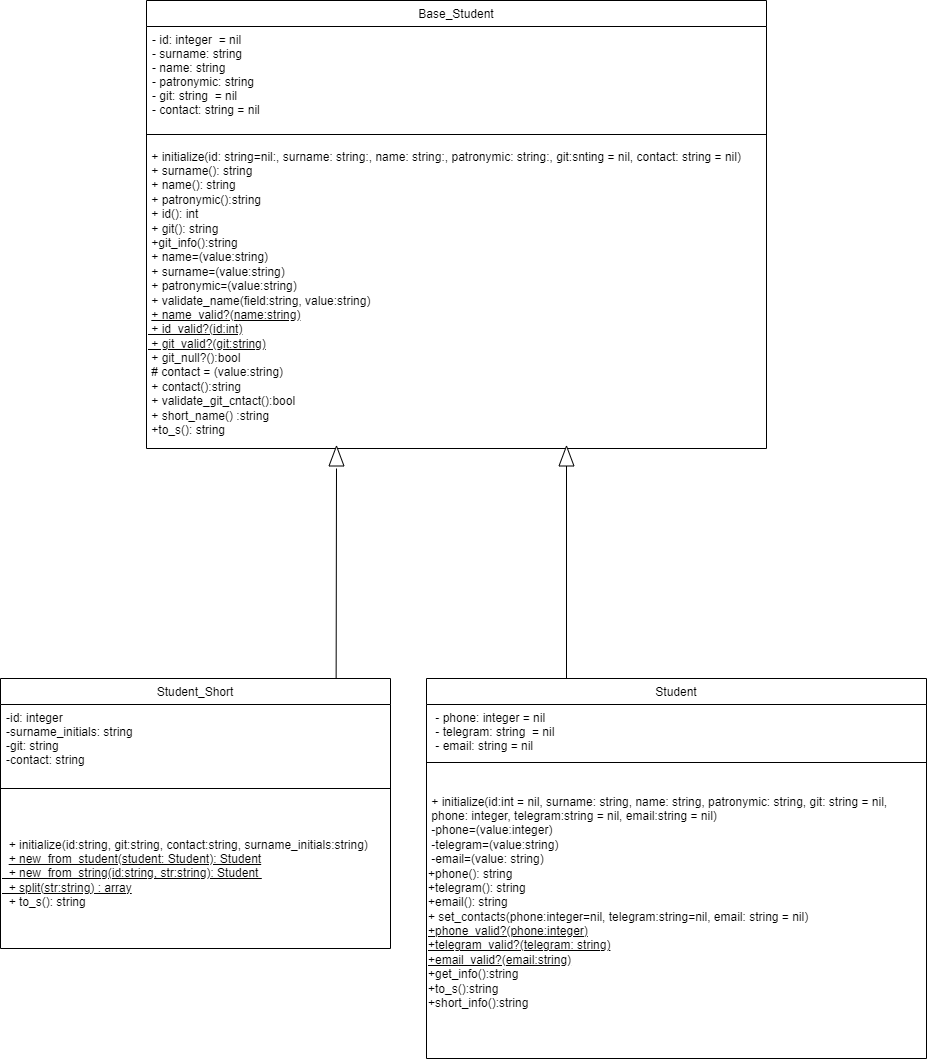
Above: student3/Student.png in ChlnCh0pa/ruby1 (draw.io), before the change. Source tidied: cells renumbered, new cells last; positions are measured from the earlier drawing's top-left corner, leaving out a move shared by most shapes.
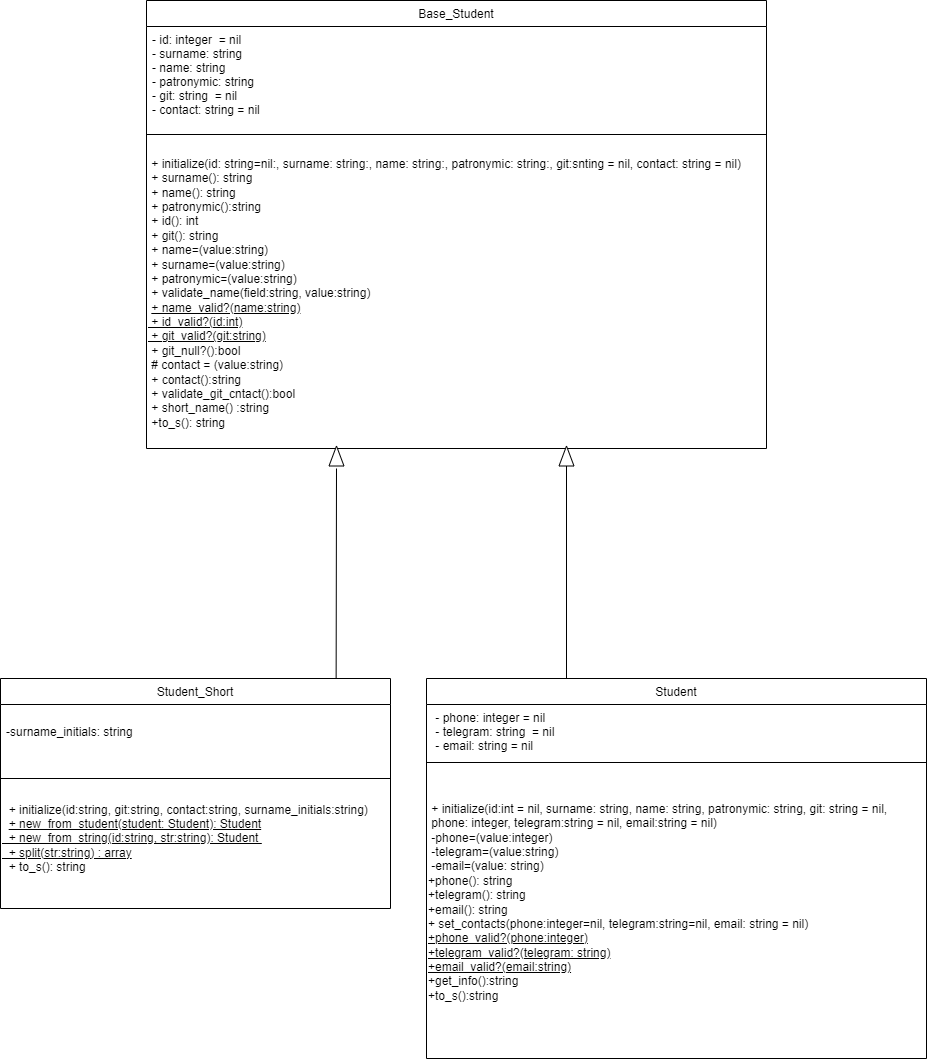
After the change.

Commit message:
lab2. diagramm update

The edit, as a diff of the source:
```diff
@@ -11,7 +11,7 @@
     <mxCell id="4" style="line;html=1;strokeWidth=1;align=left;verticalAlign=middle;spacingTop=-1;spacingLeft=3;spacingRight=3;labelPosition=right;" parent="2" vertex="1">
       <mxGeometry y="130" width="620" height="8" as="geometry" />
     </mxCell>
-    <mxCell id="5" value="&lt;span style=&quot;text-wrap: nowrap;&quot;&gt;&amp;nbsp;+ initialize(id: string=nil:, surname: string:, name: string:, patronymic: string:, git:snting = nil, contact: string = nil)&amp;nbsp;&lt;/span&gt;&lt;br style=&quot;padding: 0px; margin: 0px; text-wrap: nowrap;&quot;&gt;&lt;span style=&quot;text-wrap: nowrap;&quot;&gt;&amp;nbsp;+ surname(): string&amp;nbsp;&lt;/span&gt;&lt;br style=&quot;padding: 0px; margin: 0px; text-wrap: nowrap;&quot;&gt;&lt;span style=&quot;text-wrap: nowrap;&quot;&gt;&amp;nbsp;+ name(): string&amp;nbsp; &amp;nbsp;&amp;nbsp;&lt;/span&gt;&lt;br style=&quot;padding: 0px; margin: 0px; text-wrap: nowrap;&quot;&gt;&lt;span style=&quot;text-wrap: nowrap;&quot;&gt;&amp;nbsp;+ patronymic():string&amp;nbsp;&lt;/span&gt;&lt;br style=&quot;padding: 0px; margin: 0px; text-wrap: nowrap;&quot;&gt;&lt;span style=&quot;text-wrap: nowrap;&quot;&gt;&amp;nbsp;+ id(): int&amp;nbsp; &amp;nbsp; &amp;nbsp;&lt;/span&gt;&lt;br style=&quot;padding: 0px; margin: 0px; text-wrap: nowrap;&quot;&gt;&lt;span style=&quot;text-wrap: nowrap;&quot;&gt;&amp;nbsp;+ git(): string&amp;nbsp; &amp;nbsp;&amp;nbsp;&lt;/span&gt;&lt;div&gt;&lt;span style=&quot;text-wrap: nowrap;&quot;&gt;&amp;nbsp;+git_info():string&lt;/span&gt;&lt;br style=&quot;padding: 0px; margin: 0px; text-wrap: nowrap;&quot;&gt;&lt;span style=&quot;text-wrap: nowrap;&quot;&gt;&amp;nbsp;+ name=(value:string)&lt;/span&gt;&lt;br style=&quot;padding: 0px; margin: 0px; text-wrap: nowrap;&quot;&gt;&lt;span style=&quot;text-wrap: nowrap;&quot;&gt;&amp;nbsp;+ surname=(value:string)&lt;/span&gt;&lt;br style=&quot;padding: 0px; margin: 0px; text-wrap: nowrap;&quot;&gt;&lt;span style=&quot;text-wrap: nowrap;&quot;&gt;&amp;nbsp;+ patronymic=(value:string)&lt;/span&gt;&lt;br style=&quot;padding: 0px; margin: 0px; text-wrap: nowrap;&quot;&gt;&lt;span style=&quot;text-wrap: nowrap;&quot;&gt;&amp;nbsp;+ validate_name(field:string, value:string)&lt;/span&gt;&lt;br style=&quot;padding: 0px; margin: 0px; text-wrap: nowrap;&quot;&gt;&lt;span style=&quot;text-wrap: nowrap;&quot;&gt;&amp;nbsp;&lt;u&gt;+ name_valid?(name:string)&lt;/u&gt;&lt;/span&gt;&lt;u&gt;&lt;br style=&quot;padding: 0px; margin: 0px; text-wrap: nowrap;&quot;&gt;&lt;span style=&quot;text-wrap: nowrap;&quot;&gt;&amp;nbsp;+ id_valid?(id:int)&lt;/span&gt;&lt;br style=&quot;padding: 0px; margin: 0px; text-wrap: nowrap;&quot;&gt;&lt;span style=&quot;text-wrap: nowrap;&quot;&gt;&amp;nbsp;+ git_valid?(git:string)&lt;/span&gt;&lt;/u&gt;&lt;br style=&quot;padding: 0px; margin: 0px; text-wrap: nowrap;&quot;&gt;&lt;span style=&quot;text-wrap: nowrap;&quot;&gt;&amp;nbsp;+ git_null?():bool&lt;/span&gt;&lt;br style=&quot;padding: 0px; margin: 0px; text-wrap: nowrap;&quot;&gt;&lt;span style=&quot;text-wrap: nowrap;&quot;&gt;&amp;nbsp;# contact = (value:string)&lt;/span&gt;&lt;br style=&quot;padding: 0px; margin: 0px; text-wrap: nowrap;&quot;&gt;&lt;span style=&quot;text-wrap: nowrap;&quot;&gt;&amp;nbsp;+ contact():string&lt;/span&gt;&lt;br style=&quot;padding: 0px; margin: 0px; text-wrap: nowrap;&quot;&gt;&lt;span style=&quot;text-wrap: nowrap;&quot;&gt;&amp;nbsp;+ validate_git_cntact():bool&lt;/span&gt;&lt;br style=&quot;padding: 0px; margin: 0px; text-wrap: nowrap;&quot;&gt;&lt;span style=&quot;text-wrap: nowrap;&quot;&gt;&amp;nbsp;+ short_name() :string&lt;/span&gt;&lt;br style=&quot;padding: 0px; margin: 0px; text-wrap: nowrap;&quot;&gt;&lt;span style=&quot;text-wrap: nowrap;&quot;&gt;&amp;nbsp;+to_s(): string&amp;nbsp;&lt;/span&gt;&lt;/div&gt;" style="text;html=1;align=left;verticalAlign=middle;whiteSpace=wrap;rounded=0;" parent="2" vertex="1">
+    <mxCell id="5" value="&lt;span style=&quot;text-wrap: nowrap;&quot;&gt;&amp;nbsp;+ initialize(id: string=nil:, surname: string:, name: string:, patronymic: string:, git:snting = nil, contact: string = nil)&amp;nbsp;&lt;/span&gt;&lt;br style=&quot;padding: 0px; margin: 0px; text-wrap: nowrap;&quot;&gt;&lt;span style=&quot;text-wrap: nowrap;&quot;&gt;&amp;nbsp;+ surname(): string&amp;nbsp;&lt;/span&gt;&lt;br style=&quot;padding: 0px; margin: 0px; text-wrap: nowrap;&quot;&gt;&lt;span style=&quot;text-wrap: nowrap;&quot;&gt;&amp;nbsp;+ name(): string&amp;nbsp; &amp;nbsp;&amp;nbsp;&lt;/span&gt;&lt;br style=&quot;padding: 0px; margin: 0px; text-wrap: nowrap;&quot;&gt;&lt;span style=&quot;text-wrap: nowrap;&quot;&gt;&amp;nbsp;+ patronymic():string&amp;nbsp;&lt;/span&gt;&lt;br style=&quot;padding: 0px; margin: 0px; text-wrap: nowrap;&quot;&gt;&lt;span style=&quot;text-wrap: nowrap;&quot;&gt;&amp;nbsp;+ id(): int&amp;nbsp; &amp;nbsp; &amp;nbsp;&lt;/span&gt;&lt;br style=&quot;padding: 0px; margin: 0px; text-wrap: nowrap;&quot;&gt;&lt;span style=&quot;text-wrap: nowrap;&quot;&gt;&amp;nbsp;+ git(): string&amp;nbsp; &amp;nbsp;&amp;nbsp;&lt;/span&gt;&lt;div&gt;&lt;span style=&quot;text-wrap: nowrap;&quot;&gt;&amp;nbsp;+ name=(value:string)&lt;/span&gt;&lt;br style=&quot;padding: 0px; margin: 0px; text-wrap: nowrap;&quot;&gt;&lt;span style=&quot;text-wrap: nowrap;&quot;&gt;&amp;nbsp;+ surname=(value:string)&lt;/span&gt;&lt;br style=&quot;padding: 0px; margin: 0px; text-wrap: nowrap;&quot;&gt;&lt;span style=&quot;text-wrap: nowrap;&quot;&gt;&amp;nbsp;+ patronymic=(value:string)&lt;/span&gt;&lt;br style=&quot;padding: 0px; margin: 0px; text-wrap: nowrap;&quot;&gt;&lt;span style=&quot;text-wrap: nowrap;&quot;&gt;&amp;nbsp;+ validate_name(field:string, value:string)&lt;/span&gt;&lt;br style=&quot;padding: 0px; margin: 0px; text-wrap: nowrap;&quot;&gt;&lt;span style=&quot;text-wrap: nowrap;&quot;&gt;&amp;nbsp;&lt;u&gt;+ name_valid?(name:string)&lt;/u&gt;&lt;/span&gt;&lt;u&gt;&lt;br style=&quot;padding: 0px; margin: 0px; text-wrap: nowrap;&quot;&gt;&lt;span style=&quot;text-wrap: nowrap;&quot;&gt;&amp;nbsp;+ id_valid?(id:int)&lt;/span&gt;&lt;br style=&quot;padding: 0px; margin: 0px; text-wrap: nowrap;&quot;&gt;&lt;span style=&quot;text-wrap: nowrap;&quot;&gt;&amp;nbsp;+ git_valid?(git:string)&lt;/span&gt;&lt;/u&gt;&lt;br style=&quot;padding: 0px; margin: 0px; text-wrap: nowrap;&quot;&gt;&lt;span style=&quot;text-wrap: nowrap;&quot;&gt;&amp;nbsp;+ git_null?():bool&lt;/span&gt;&lt;br style=&quot;padding: 0px; margin: 0px; text-wrap: nowrap;&quot;&gt;&lt;span style=&quot;text-wrap: nowrap;&quot;&gt;&amp;nbsp;# contact = (value:string)&lt;/span&gt;&lt;br style=&quot;padding: 0px; margin: 0px; text-wrap: nowrap;&quot;&gt;&lt;span style=&quot;text-wrap: nowrap;&quot;&gt;&amp;nbsp;+ contact():string&lt;/span&gt;&lt;br style=&quot;padding: 0px; margin: 0px; text-wrap: nowrap;&quot;&gt;&lt;span style=&quot;text-wrap: nowrap;&quot;&gt;&amp;nbsp;+ validate_git_cntact():bool&lt;/span&gt;&lt;br style=&quot;padding: 0px; margin: 0px; text-wrap: nowrap;&quot;&gt;&lt;span style=&quot;text-wrap: nowrap;&quot;&gt;&amp;nbsp;+ short_name() :string&lt;/span&gt;&lt;br style=&quot;padding: 0px; margin: 0px; text-wrap: nowrap;&quot;&gt;&lt;span style=&quot;text-wrap: nowrap;&quot;&gt;&amp;nbsp;+to_s(): string&amp;nbsp;&lt;/span&gt;&lt;/div&gt;" style="text;html=1;align=left;verticalAlign=middle;whiteSpace=wrap;rounded=0;" parent="2" vertex="1">
       <mxGeometry y="138" width="620" height="310" as="geometry" />
     </mxCell>
     <mxCell id="6" value="Student" style="swimlane;fontStyle=0;align=center;verticalAlign=top;horizontal=1;startSize=26;rounded=0;shadow=0;strokeWidth=1;" parent="1" vertex="1">
@@ -23,20 +23,20 @@
     <mxCell id="8" style="line;html=1;strokeWidth=1;align=left;verticalAlign=middle;spacingTop=-1;spacingLeft=3;spacingRight=3;labelPosition=right;" parent="6" vertex="1">
       <mxGeometry y="80" width="500" height="8" as="geometry" />
     </mxCell>
-    <mxCell id="9" value="&lt;span style=&quot;text-wrap: nowrap;&quot;&gt;&amp;nbsp;+ initialize(id:int = nil, surname: string, name: string, patronymic: string, git: string = nil,&lt;/span&gt;&lt;br style=&quot;padding: 0px; margin: 0px; text-wrap: nowrap;&quot;&gt;&lt;span style=&quot;text-wrap: nowrap;&quot;&gt;&amp;nbsp;phone: integer, telegram:string = nil, email:string = nil)&amp;nbsp;&lt;/span&gt;&lt;br style=&quot;padding: 0px; margin: 0px; text-wrap: nowrap;&quot;&gt;&lt;span style=&quot;text-wrap: nowrap;&quot;&gt;&amp;nbsp;-phone=(value:integer)&amp;nbsp;&amp;nbsp;&lt;/span&gt;&lt;br style=&quot;padding: 0px; margin: 0px; text-wrap: nowrap;&quot;&gt;&lt;span style=&quot;text-wrap: nowrap;&quot;&gt;&amp;nbsp;-telegram=(value:string)&amp;nbsp;&lt;/span&gt;&lt;br style=&quot;padding: 0px; margin: 0px; text-wrap: nowrap;&quot;&gt;&lt;span style=&quot;text-wrap: nowrap;&quot;&gt;&amp;nbsp;-email=(value: string)&lt;/span&gt;&lt;br style=&quot;padding: 0px; margin: 0px; text-wrap: nowrap;&quot;&gt;&lt;span style=&quot;text-wrap: nowrap;&quot;&gt;+phone(): string&lt;/span&gt;&lt;br style=&quot;padding: 0px; margin: 0px; text-wrap: nowrap;&quot;&gt;&lt;span style=&quot;text-wrap: nowrap;&quot;&gt;+telegram(): string&lt;/span&gt;&lt;br style=&quot;padding: 0px; margin: 0px; text-wrap: nowrap;&quot;&gt;&lt;span style=&quot;text-wrap: nowrap;&quot;&gt;+email(): string&amp;nbsp;&lt;/span&gt;&lt;div&gt;&lt;span style=&quot;text-wrap: nowrap;&quot;&gt;+ set_contacts(phone:integer=nil, telegram:string=nil, email: string = nil)&lt;/span&gt;&lt;br style=&quot;padding: 0px; margin: 0px; text-wrap: nowrap;&quot;&gt;&lt;span style=&quot;text-wrap: nowrap;&quot;&gt;&lt;u&gt;+phone_valid?(phone:integer)&lt;/u&gt;&lt;/span&gt;&lt;u&gt;&lt;br style=&quot;padding: 0px; margin: 0px; text-wrap: nowrap;&quot;&gt;&lt;span style=&quot;text-wrap: nowrap;&quot;&gt;+telegram_valid?(telegram: string)&lt;/span&gt;&lt;br style=&quot;padding: 0px; margin: 0px; text-wrap: nowrap;&quot;&gt;&lt;span style=&quot;text-wrap: nowrap;&quot;&gt;+email_valid?(email:string)&lt;/span&gt;&lt;/u&gt;&lt;br style=&quot;padding: 0px; margin: 0px; text-wrap: nowrap;&quot;&gt;&lt;span style=&quot;text-wrap: nowrap;&quot;&gt;+get_info():string&lt;/span&gt;&lt;br style=&quot;padding: 0px; margin: 0px; text-wrap: nowrap;&quot;&gt;&lt;span style=&quot;text-wrap: nowrap;&quot;&gt;+to_s():string&lt;/span&gt;&lt;br style=&quot;padding: 0px; margin: 0px; text-wrap: nowrap;&quot;&gt;&lt;span style=&quot;text-wrap: nowrap;&quot;&gt;+short_info():string&amp;nbsp;&lt;/span&gt;&lt;/div&gt;" style="text;html=1;align=left;verticalAlign=middle;whiteSpace=wrap;rounded=0;" parent="6" vertex="1">
+    <mxCell id="9" value="&lt;span style=&quot;text-wrap: nowrap;&quot;&gt;&amp;nbsp;+ initialize(id:int = nil, surname: string, name: string, patronymic: string, git: string = nil,&lt;/span&gt;&lt;br style=&quot;padding: 0px; margin: 0px; text-wrap: nowrap;&quot;&gt;&lt;span style=&quot;text-wrap: nowrap;&quot;&gt;&amp;nbsp;phone: integer, telegram:string = nil, email:string = nil)&amp;nbsp;&lt;/span&gt;&lt;br style=&quot;padding: 0px; margin: 0px; text-wrap: nowrap;&quot;&gt;&lt;span style=&quot;text-wrap: nowrap;&quot;&gt;&amp;nbsp;-phone=(value:integer)&amp;nbsp;&amp;nbsp;&lt;/span&gt;&lt;br style=&quot;padding: 0px; margin: 0px; text-wrap: nowrap;&quot;&gt;&lt;span style=&quot;text-wrap: nowrap;&quot;&gt;&amp;nbsp;-telegram=(value:string)&amp;nbsp;&lt;/span&gt;&lt;br style=&quot;padding: 0px; margin: 0px; text-wrap: nowrap;&quot;&gt;&lt;span style=&quot;text-wrap: nowrap;&quot;&gt;&amp;nbsp;-email=(value: string)&lt;/span&gt;&lt;br style=&quot;padding: 0px; margin: 0px; text-wrap: nowrap;&quot;&gt;&lt;span style=&quot;text-wrap: nowrap;&quot;&gt;+phone(): string&lt;/span&gt;&lt;br style=&quot;padding: 0px; margin: 0px; text-wrap: nowrap;&quot;&gt;&lt;span style=&quot;text-wrap: nowrap;&quot;&gt;+telegram(): string&lt;/span&gt;&lt;br style=&quot;padding: 0px; margin: 0px; text-wrap: nowrap;&quot;&gt;&lt;span style=&quot;text-wrap: nowrap;&quot;&gt;+email(): string&amp;nbsp;&lt;/span&gt;&lt;div&gt;&lt;span style=&quot;text-wrap: nowrap;&quot;&gt;+ set_contacts(phone:integer=nil, telegram:string=nil, email: string = nil)&lt;/span&gt;&lt;br style=&quot;padding: 0px; margin: 0px; text-wrap: nowrap;&quot;&gt;&lt;span style=&quot;text-wrap: nowrap;&quot;&gt;&lt;u&gt;+phone_valid?(phone:integer)&lt;/u&gt;&lt;/span&gt;&lt;u&gt;&lt;br style=&quot;padding: 0px; margin: 0px; text-wrap: nowrap;&quot;&gt;&lt;span style=&quot;text-wrap: nowrap;&quot;&gt;+telegram_valid?(telegram: string)&lt;/span&gt;&lt;br style=&quot;padding: 0px; margin: 0px; text-wrap: nowrap;&quot;&gt;&lt;span style=&quot;text-wrap: nowrap;&quot;&gt;+email_valid?(email:string)&lt;/span&gt;&lt;/u&gt;&lt;br style=&quot;padding: 0px; margin: 0px; text-wrap: nowrap;&quot;&gt;&lt;span style=&quot;text-wrap: nowrap;&quot;&gt;+get_info():string&lt;/span&gt;&lt;br style=&quot;padding: 0px; margin: 0px; text-wrap: nowrap;&quot;&gt;&lt;span style=&quot;text-wrap: nowrap;&quot;&gt;+to_s():string&lt;/span&gt;&lt;br&gt;&lt;/div&gt;" style="text;html=1;align=left;verticalAlign=middle;whiteSpace=wrap;rounded=0;" parent="6" vertex="1">
       <mxGeometry y="88" width="500" height="272" as="geometry" />
     </mxCell>
     <mxCell id="10" value="Student_Short" style="swimlane;fontStyle=0;align=center;verticalAlign=top;horizontal=1;startSize=26;rounded=0;shadow=0;strokeWidth=1;" parent="1" vertex="1">
-      <mxGeometry y="678" width="390" height="270" as="geometry" />
+      <mxGeometry y="678" width="390" height="230" as="geometry" />
     </mxCell>
-    <mxCell id="11" value="-id: integer&#10;-surname_initials: string&#10;-git: string&#10;-contact: string" style="text;align=left;verticalAlign=top;spacingLeft=4;spacingRight=4;overflow=hidden;rounded=0;shadow=0;html=0;" parent="10" vertex="1">
-      <mxGeometry y="26" width="390" height="74" as="geometry" />
+    <mxCell id="11" value="&#10;-surname_initials: string" style="text;align=left;verticalAlign=top;spacingLeft=4;spacingRight=4;overflow=hidden;rounded=0;shadow=0;html=0;" parent="10" vertex="1">
+      <mxGeometry y="26" width="390" height="44" as="geometry" />
     </mxCell>
     <mxCell id="12" style="line;html=1;strokeWidth=1;align=left;verticalAlign=middle;spacingTop=-1;spacingLeft=3;spacingRight=3;labelPosition=right;" parent="10" vertex="1">
-      <mxGeometry y="100" width="390" height="20" as="geometry" />
+      <mxGeometry y="70" width="390" height="60" as="geometry" />
     </mxCell>
     <mxCell id="13" value="&lt;span style=&quot;text-wrap: nowrap;&quot;&gt;&amp;nbsp; + initialize(id:string, git:string, contact:string, surname_initials:string)&lt;/span&gt;&lt;br style=&quot;padding: 0px; margin: 0px; text-wrap: nowrap;&quot;&gt;&lt;span style=&quot;text-wrap: nowrap;&quot;&gt;&amp;nbsp; &lt;u&gt;+ new_from_student(student: Student): Student&lt;/u&gt;&lt;/span&gt;&lt;u&gt;&lt;br style=&quot;padding: 0px; margin: 0px; text-wrap: nowrap;&quot;&gt;&lt;span style=&quot;text-wrap: nowrap;&quot;&gt;&amp;nbsp; + new_from_string(id:string, str:string): Student&amp;nbsp;&lt;/span&gt;&lt;br style=&quot;padding: 0px; margin: 0px; text-wrap: nowrap;&quot;&gt;&lt;span style=&quot;text-wrap: nowrap;&quot;&gt;&amp;nbsp; + split(str:string) : array&lt;/span&gt;&lt;/u&gt;&lt;br style=&quot;padding: 0px; margin: 0px; text-wrap: nowrap;&quot;&gt;&lt;span style=&quot;text-wrap: nowrap;&quot;&gt;&amp;nbsp; + to_s(): string&amp;nbsp;&amp;nbsp;&lt;/span&gt;" style="text;html=1;align=left;verticalAlign=middle;whiteSpace=wrap;rounded=0;" parent="10" vertex="1">
-      <mxGeometry y="120" width="390" height="150" as="geometry" />
+      <mxGeometry y="130" width="390" height="60" as="geometry" />
     </mxCell>
     <mxCell id="14" style="endArrow=none;html=1;rounded=0;" parent="1" edge="1" source="18">
       <mxGeometry relative="1" as="geometry">
```
